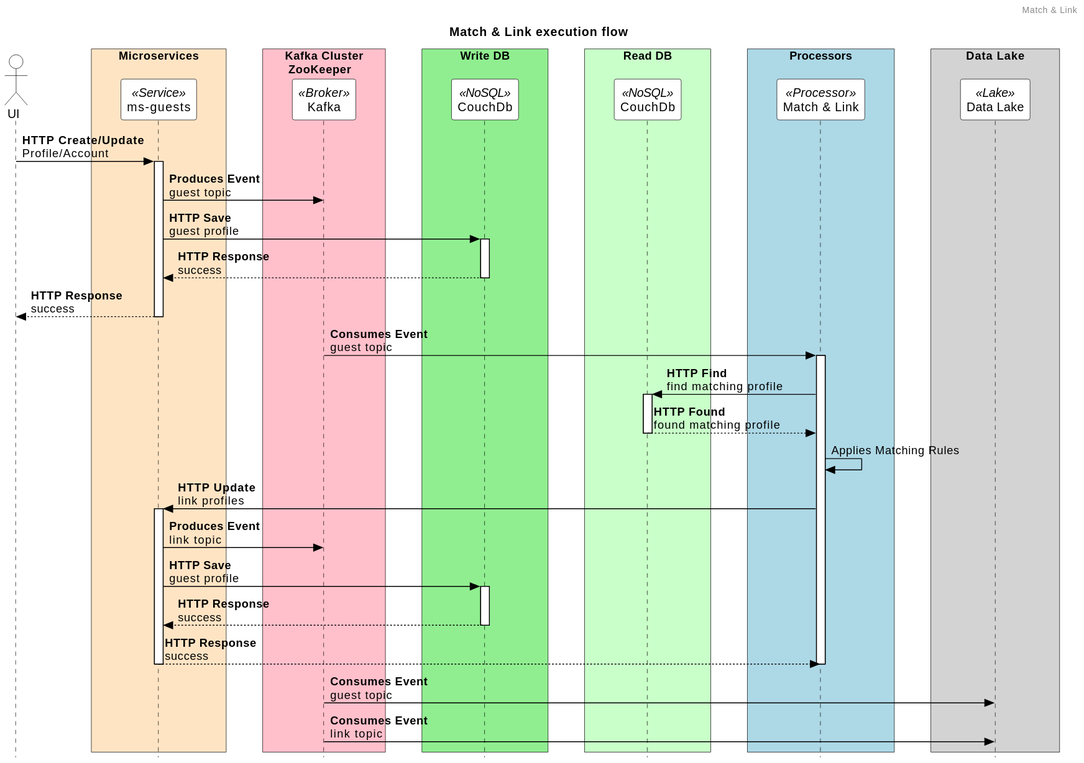
The PlantUML diagram dist/assets/sequence/match-link-read-db.svg in kaaljabr/presentation, before a commit. Its diagram source:
```plantuml
@startuml
!include ../include.puml

header Match & Link
title Match & Link execution flow

actor "UI" as ui

box "Microservices" #Bisque
    participant "ms-guests" as ms_guests <<Service>>
end box

box "Kafka Cluster\n ZooKeeper" #Pink
    participant "Kafka" as broker <<Broker>>
end box

box "Write DB" #LightGreen
    participant "CouchDb" as couch <<NoSQL>>
end box

box "Read DB" #Technology
    participant "CouchDb" as read_couch <<NoSQL>>
end box

box "Processors" #LightBlue
    participant "Match & Link" as match_link <<Processor>>
end box

box "Data Lake" #LightGray
    participant "Data Lake" as data_lake <<Lake>>
end box

ui -> ms_guests : **HTTP Create/Update**\nProfile/Account
activate ms_guests
ms_guests -> broker : **Produces Event**\nguest topic
ms_guests -> couch : **HTTP Save**\nguest profile
activate couch
couch --> ms_guests : **HTTP Response**\nsuccess
deactivate couch
ms_guests --> ui : **HTTP Response**\nsuccess
deactivate ms_guests
broker -> match_link :**Consumes Event**\nguest topic
activate match_link
match_link -> read_couch :**HTTP Find**\nfind matching profile
activate read_couch
read_couch --> match_link : **HTTP Found**\nfound matching profile
deactivate read_couch
match_link -> match_link : Applies Matching Rules
match_link -> ms_guests : **HTTP Update**\nlink profiles
activate ms_guests
ms_guests -> broker : **Produces Event**\nlink topic
ms_guests -> couch : **HTTP Save**\nguest profile
activate couch
couch --> ms_guests : **HTTP Response**\nsuccess
deactivate couch
ms_guests --> match_link : **HTTP Response**\nsuccess
deactivate ms_guests
deactivate match_link
broker -> data_lake :**Consumes Event**\nguest topic
broker -> data_lake :**Consumes Event**\nlink topic

@enduml
```
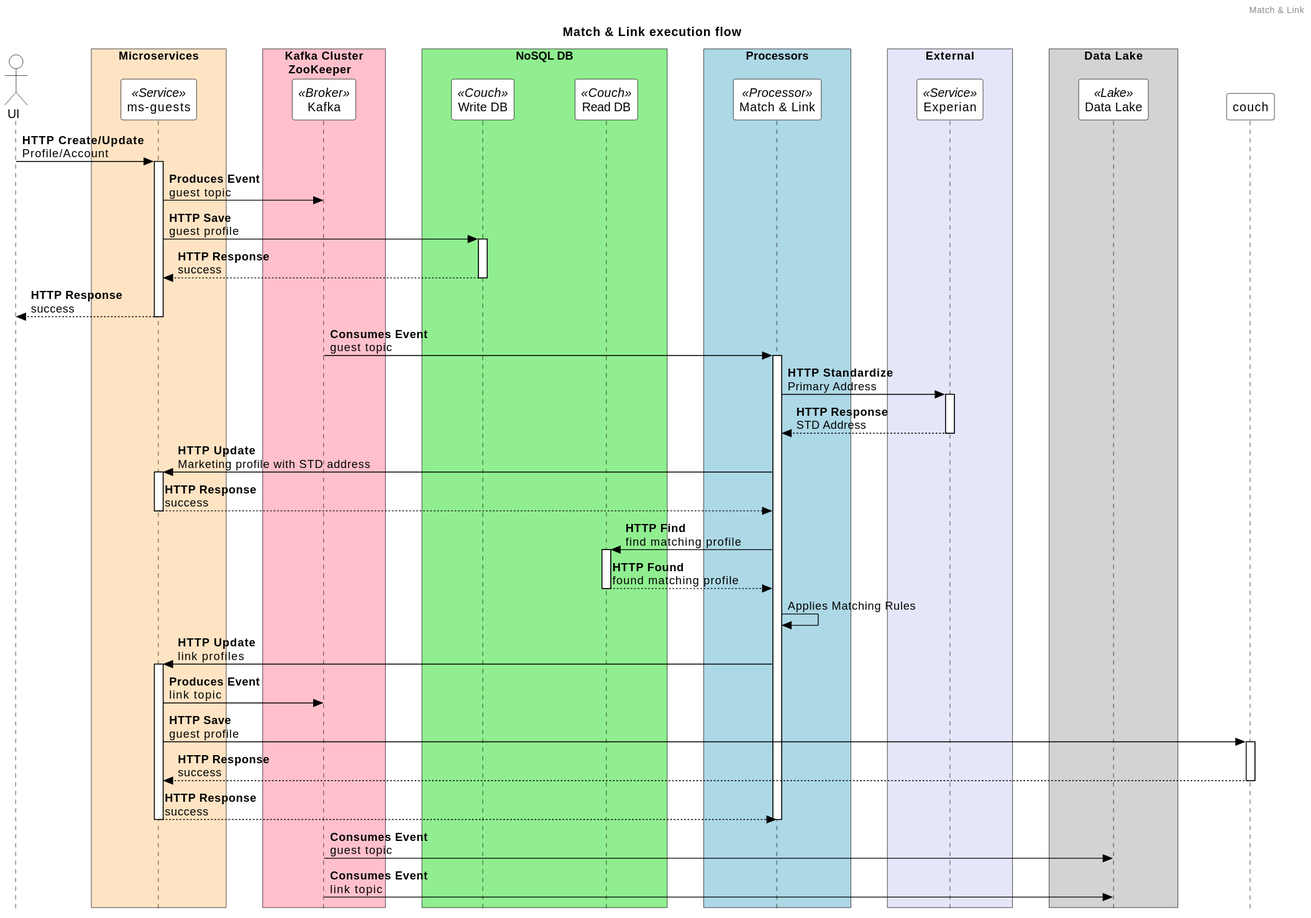
Later version of the same file.

The edit, as a diff of the source:
```diff
@@ -14,16 +14,17 @@
     participant "Kafka" as broker <<Broker>>
 end box
 
-box "Write DB" #LightGreen
-    participant "CouchDb" as couch <<NoSQL>>
-end box
-
-box "Read DB" #Technology
-    participant "CouchDb" as read_couch <<NoSQL>>
+box "NoSQL DB" #LightGreen
+    participant "Write DB" as write_db <<Couch>>
+    participant "Read DB" as read_db <<Couch>>
 end box
 
 box "Processors" #LightBlue
     participant "Match & Link" as match_link <<Processor>>
+end box
+
+box "External" #Lavender
+    participant "Experian" as experian <<Service>>
 end box
 
 box "Data Lake" #LightGray
@@ -33,18 +34,26 @@
 ui -> ms_guests : **HTTP Create/Update**\nProfile/Account
 activate ms_guests
 ms_guests -> broker : **Produces Event**\nguest topic
-ms_guests -> couch : **HTTP Save**\nguest profile
-activate couch
-couch --> ms_guests : **HTTP Response**\nsuccess
-deactivate couch
+ms_guests -> write_db : **HTTP Save**\nguest profile
+activate write_db
+write_db --> ms_guests : **HTTP Response**\nsuccess
+deactivate write_db
 ms_guests --> ui : **HTTP Response**\nsuccess
 deactivate ms_guests
 broker -> match_link :**Consumes Event**\nguest topic
 activate match_link
-match_link -> read_couch :**HTTP Find**\nfind matching profile
-activate read_couch
-read_couch --> match_link : **HTTP Found**\nfound matching profile
-deactivate read_couch
+match_link -> experian :**HTTP Standardize**\nPrimary Address
+activate experian
+experian --> match_link :**HTTP Response**\nSTD Address
+deactivate experian
+match_link -> ms_guests :**HTTP Update**\nMarketing profile with STD address
+activate ms_guests
+ms_guests --> match_link :**HTTP Response**\nsuccess
+deactivate ms_guests
+match_link -> read_db :**HTTP Find**\nfind matching profile
+activate read_db
+read_db --> match_link : **HTTP Found**\nfound matching profile
+deactivate read_db
 match_link -> match_link : Applies Matching Rules
 match_link -> ms_guests : **HTTP Update**\nlink profiles
 activate ms_guests
```
